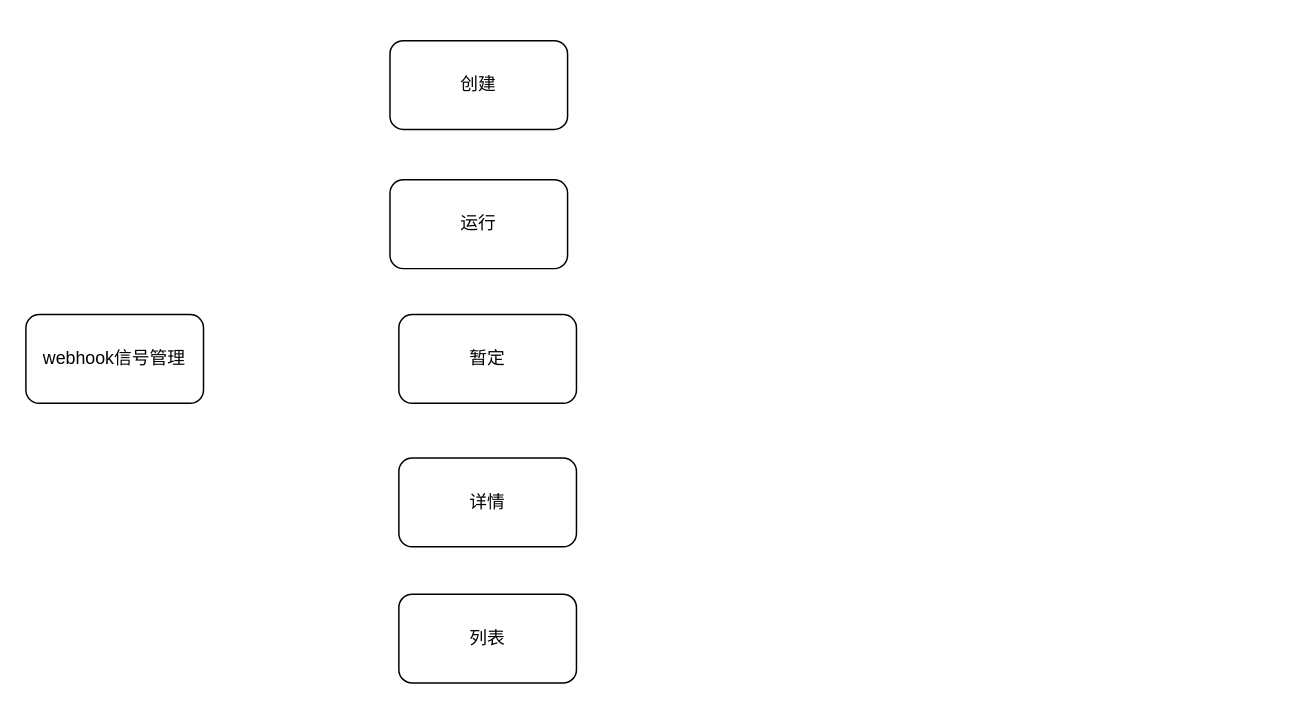
Above: webhook.drawio in xu-xiwei/drawio (draw.io), before the change. Source tidied: cells renumbered, new cells numbered last; positions are measured from the earlier drawing's top-left corner, leaving out a move shared by most shapes. Both pictures are drawn from the tidied source at 148%, with x=0, y=0 at pixel (25, 40).
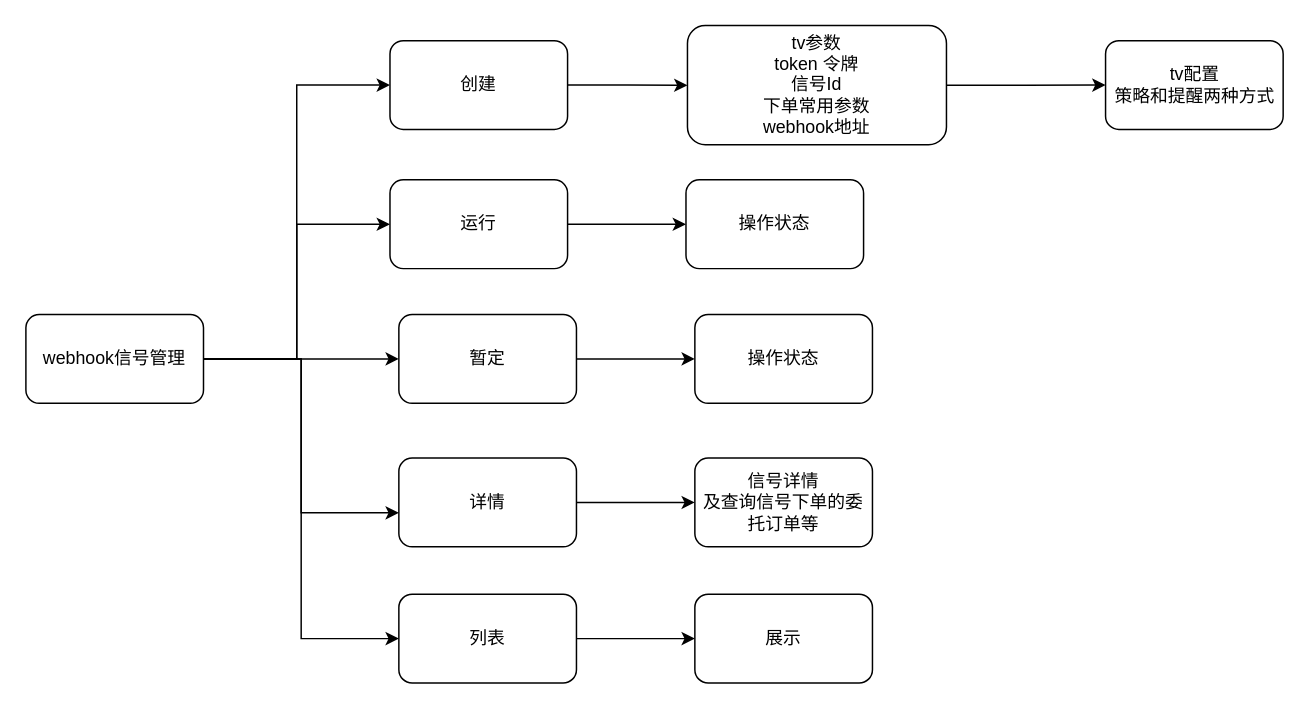
Above is the later version.

Unchanged cells that the change refers to:
```xml
<mxCell id="2" value="webhook信号管理" style="rounded=1;whiteSpace=wrap;html=1;" parent="1" vertex="1">
  <mxGeometry y="185" width="120" height="60" as="geometry" />
</mxCell>
<mxCell id="3" value="运行" style="rounded=1;whiteSpace=wrap;html=1;" parent="1" vertex="1">
  <mxGeometry x="246" y="94" width="120" height="60" as="geometry" />
</mxCell>
<mxCell id="4" value="创建" style="rounded=1;whiteSpace=wrap;html=1;" parent="1" vertex="1">
  <mxGeometry x="246" width="120" height="60" as="geometry" />
</mxCell>
<mxCell id="5" value="暂定" style="rounded=1;whiteSpace=wrap;html=1;" parent="1" vertex="1">
  <mxGeometry x="252" y="185" width="120" height="60" as="geometry" />
</mxCell>
<mxCell id="6" value="详情" style="rounded=1;whiteSpace=wrap;html=1;" parent="1" vertex="1">
  <mxGeometry x="252" y="282" width="120" height="60" as="geometry" />
</mxCell>
<mxCell id="7" value="列表" style="rounded=1;whiteSpace=wrap;html=1;" parent="1" vertex="1">
  <mxGeometry x="252" y="374" width="120" height="60" as="geometry" />
</mxCell>
```

What changed in the source:
```diff
@@
+    <mxCell id="8" style="edgeStyle=orthogonalEdgeStyle;rounded=0;jettySize=auto;html=1;entryX=0;entryY=0.5;entryDx=0;entryDy=0;" parent="1" edge="1" source="2" target="4">
+      <mxGeometry relative="1" as="geometry" />
+    </mxCell>
+    <mxCell id="9" style="edgeStyle=orthogonalEdgeStyle;rounded=0;jettySize=auto;html=1;entryX=0;entryY=0.5;entryDx=0;entryDy=0;" parent="1" edge="1" source="2" target="3">
+      <mxGeometry relative="1" as="geometry" />
+    </mxCell>
+    <mxCell id="10" style="edgeStyle=orthogonalEdgeStyle;rounded=0;jettySize=auto;html=1;" parent="1" edge="1" source="2" target="5">
+      <mxGeometry relative="1" as="geometry" />
+    </mxCell>
+    <mxCell id="11" style="edgeStyle=orthogonalEdgeStyle;rounded=0;jettySize=auto;html=1;entryX=0;entryY=0.5;entryDx=0;entryDy=0;" parent="1" edge="1" source="2" target="7">
+      <mxGeometry relative="1" as="geometry" />
+    </mxCell>
@@
+    <mxCell id="12" style="edgeStyle=orthogonalEdgeStyle;rounded=0;jettySize=auto;html=1;" parent="1" edge="1" source="3" target="21">
+      <mxGeometry relative="1" as="geometry" />
+    </mxCell>
@@
+    <mxCell id="13" style="edgeStyle=orthogonalEdgeStyle;rounded=0;jettySize=auto;html=1;" parent="1" edge="1" source="4" target="18">
+      <mxGeometry relative="1" as="geometry" />
+    </mxCell>
@@
+    <mxCell id="14" style="edgeStyle=orthogonalEdgeStyle;rounded=0;jettySize=auto;html=1;" parent="1" edge="1" source="5" target="22">
+      <mxGeometry relative="1" as="geometry" />
+    </mxCell>
@@
+    <mxCell id="15" style="edgeStyle=orthogonalEdgeStyle;rounded=0;jettySize=auto;html=1;" parent="1" edge="1" source="6" target="23">
+      <mxGeometry relative="1" as="geometry" />
+    </mxCell>
@@
+    <mxCell id="16" style="edgeStyle=orthogonalEdgeStyle;rounded=0;jettySize=auto;html=1;" parent="1" edge="1" source="7" target="24">
+      <mxGeometry relative="1" as="geometry" />
+    </mxCell>
@@
+    <mxCell id="17" style="edgeStyle=orthogonalEdgeStyle;rounded=0;jettySize=auto;html=1;" parent="1" edge="1" source="18" target="19">
+      <mxGeometry relative="1" as="geometry" />
+    </mxCell>
+    <mxCell id="18" value="tv参数&lt;div&gt;token 令牌&lt;/div&gt;&lt;div&gt;信号Id&lt;/div&gt;&lt;div&gt;下单常用参数&lt;/div&gt;&lt;div&gt;webhook地址&lt;/div&gt;" style="whiteSpace=wrap;html=1;rounded=1;" parent="1" vertex="1">
+      <mxGeometry x="447" y="-10.2" width="175" height="80.5" as="geometry" />
+    </mxCell>
+    <mxCell id="19" value="tv配置&lt;div&gt;策略和提醒两种方式&lt;/div&gt;" style="whiteSpace=wrap;html=1;rounded=1;" parent="1" vertex="1">
+      <mxGeometry x="729.5" width="120" height="60" as="geometry" />
+    </mxCell>
+    <mxCell id="20" style="edgeStyle=orthogonalEdgeStyle;rounded=0;jettySize=auto;html=1;entryX=0;entryY=0.617;entryDx=0;entryDy=0;entryPerimeter=0;" parent="1" edge="1" source="2" target="6">
+      <mxGeometry relative="1" as="geometry" />
+    </mxCell>
+    <mxCell id="21" value="操作状态" style="whiteSpace=wrap;html=1;rounded=1;" parent="1" vertex="1">
+      <mxGeometry x="446" y="94" width="120" height="60" as="geometry" />
+    </mxCell>
+    <mxCell id="22" value="操作状态" style="whiteSpace=wrap;html=1;rounded=1;" parent="1" vertex="1">
+      <mxGeometry x="452" y="185" width="120" height="60" as="geometry" />
+    </mxCell>
+    <mxCell id="23" value="信号详情&lt;div&gt;及查询信号下单的委托订单等&lt;/div&gt;" style="whiteSpace=wrap;html=1;rounded=1;" parent="1" vertex="1">
+      <mxGeometry x="452" y="282" width="120" height="60" as="geometry" />
+    </mxCell>
+    <mxCell id="24" value="展示" style="whiteSpace=wrap;html=1;rounded=1;" parent="1" vertex="1">
+      <mxGeometry x="452" y="374" width="120" height="60" as="geometry" />
+    </mxCell>
```
